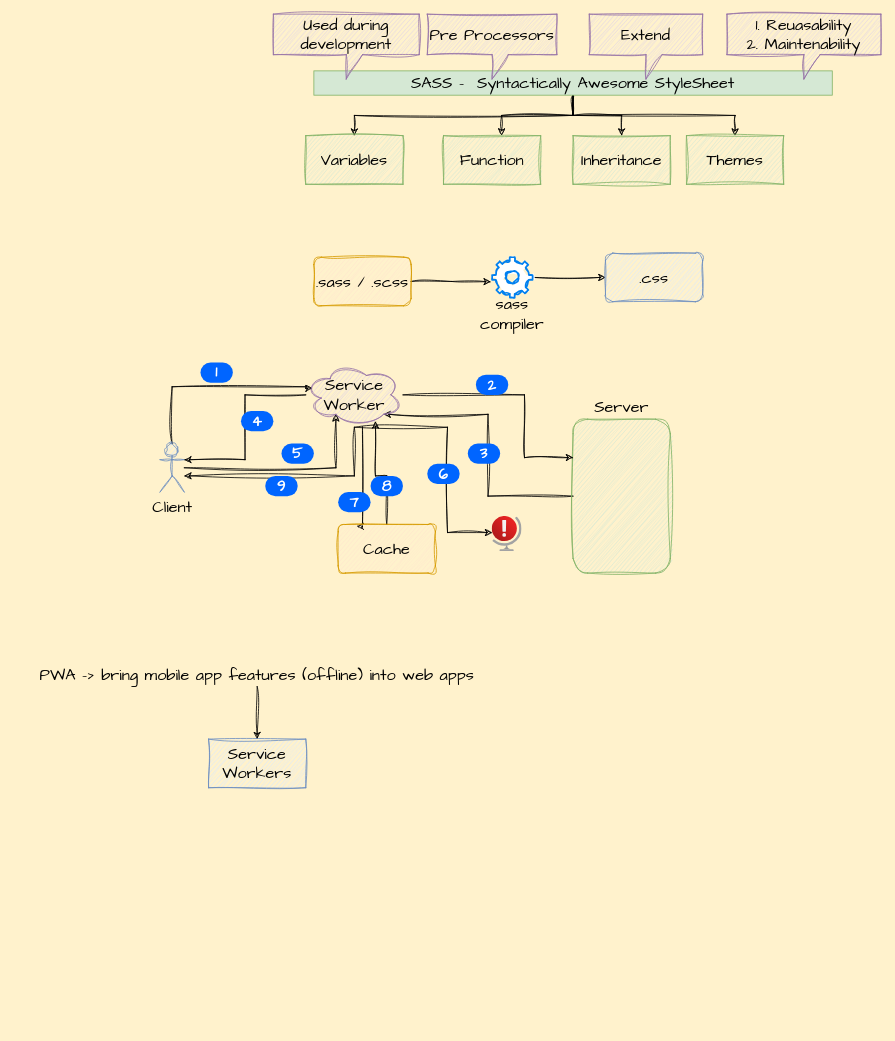
Before: page "Page-3" (3 of 3) of SupportingDocs/MW_AdvS_June_23..drawio in SumeetWajpe/MW_Advanced_Javascript_June_2023, a draw.io diagram. Source tidied: cells renumbered, new cells numbered last; positions are measured from the earlier drawing's top-left corner, leaving out a move shared by most shapes. Both pictures are drawn from the tidied source at 81%, with x=0, y=0 at pixel (14, 14).
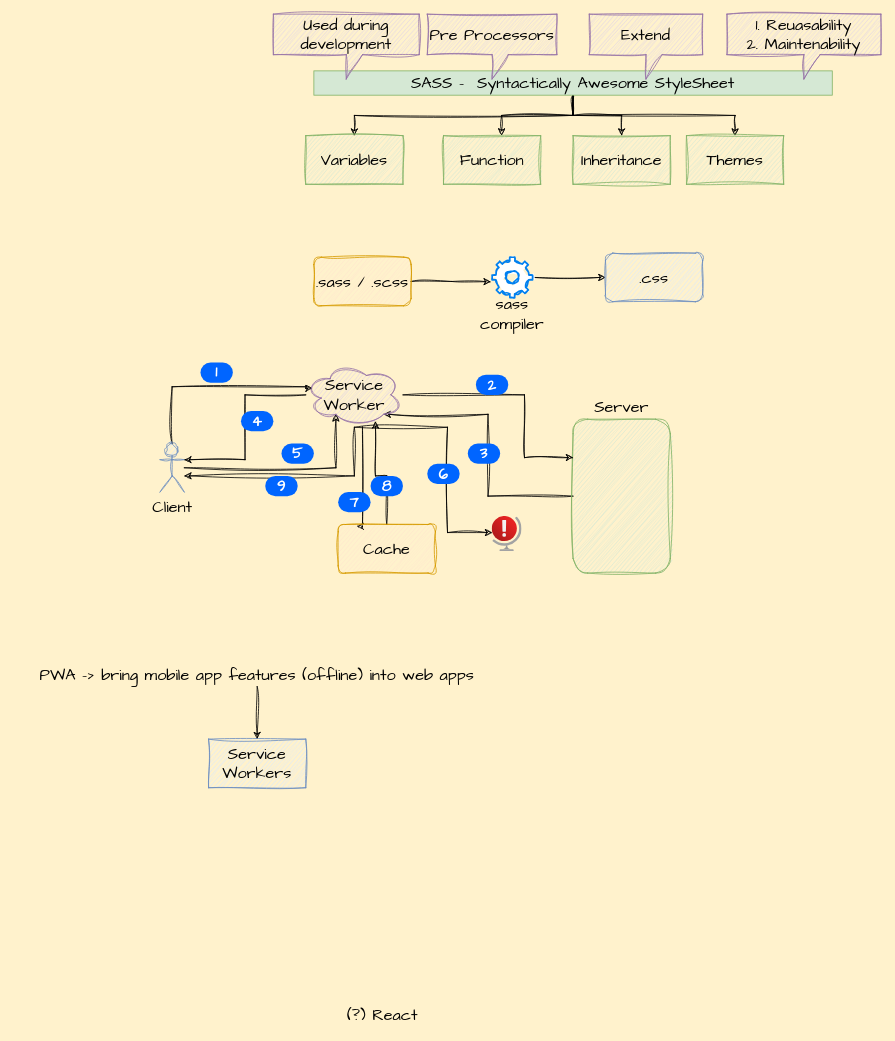
After the change.

What changed in the source:
```diff
@@
+    <mxCell id="48" value="(?) React" style="text;html=1;strokeColor=none;fillColor=none;align=center;verticalAlign=middle;whiteSpace=wrap;rounded=0;fontSize=20;fontFamily=Architects Daughter;" parent="1" vertex="1">
+      <mxGeometry x="380" y="1220" width="150" height="30" as="geometry" />
+    </mxCell>
```
